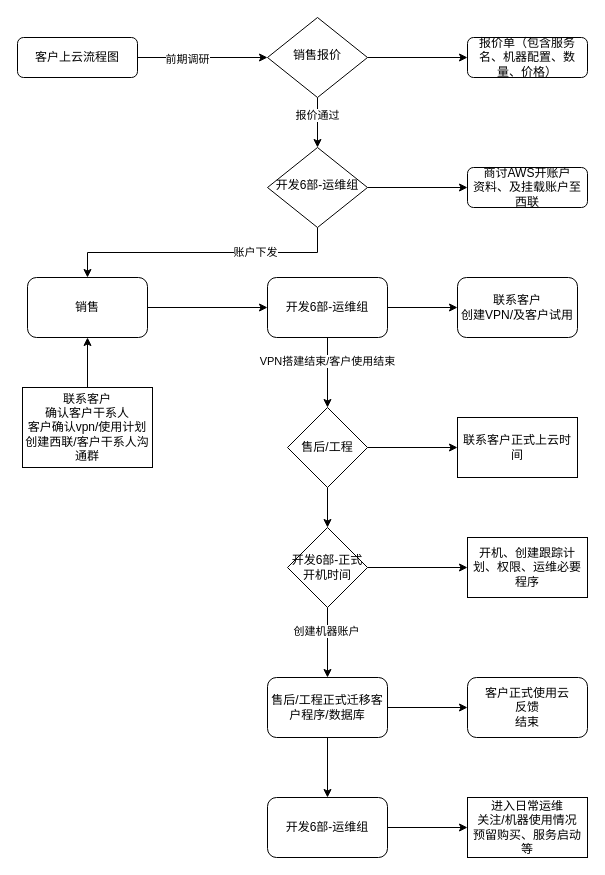
The draw.io diagram 客户上云流程.drawio in xiaoxin1991/Odoo-App-Auth-OAuth-Keycloak, before the edit. Source tidied: cells renumbered, new cells numbered last; positions are measured from the earlier drawing's top-left corner, leaving out a move shared by most shapes. Both pictures are drawn from the tidied source at 100%, with x=0, y=0 at pixel (17, 17).
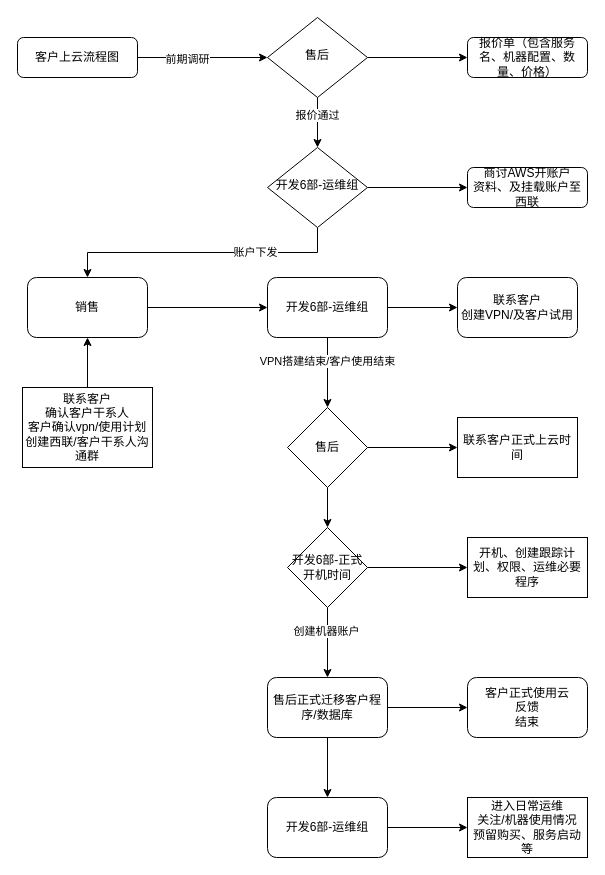
The same page after the edit.

Commit message:
更新客户上云流程.drawio

The edit, as a diff of the source:
```diff
@@
-    <mxCell id="8" value="销售报价" style="rhombus;whiteSpace=wrap;html=1;shadow=0;fontFamily=Helvetica;fontSize=12;align=center;strokeWidth=1;spacing=6;spacingTop=-4;" parent="1" vertex="1">
+    <mxCell id="8" value="售后" style="rhombus;whiteSpace=wrap;html=1;shadow=0;fontFamily=Helvetica;fontSize=12;align=center;strokeWidth=1;spacing=6;spacingTop=-4;" parent="1" vertex="1">
       <mxGeometry x="250" width="100" height="80" as="geometry" />
     </mxCell>
@@
-    <mxCell id="24" value="售后/工程" style="rhombus;whiteSpace=wrap;html=1;" parent="1" vertex="1">
+    <mxCell id="24" value="售后" style="rhombus;whiteSpace=wrap;html=1;" parent="1" vertex="1">
       <mxGeometry x="270" y="390" width="80" height="80" as="geometry" />
     </mxCell>
@@
-    <mxCell id="32" value="售后/工程正式迁移客户程序/数据库" style="rounded=1;whiteSpace=wrap;html=1;" parent="1" vertex="1">
+    <mxCell id="32" value="售后正式迁移客户程序/数据库" style="rounded=1;whiteSpace=wrap;html=1;" parent="1" vertex="1">
       <mxGeometry x="250" y="660" width="120" height="60" as="geometry" />
     </mxCell>
```
